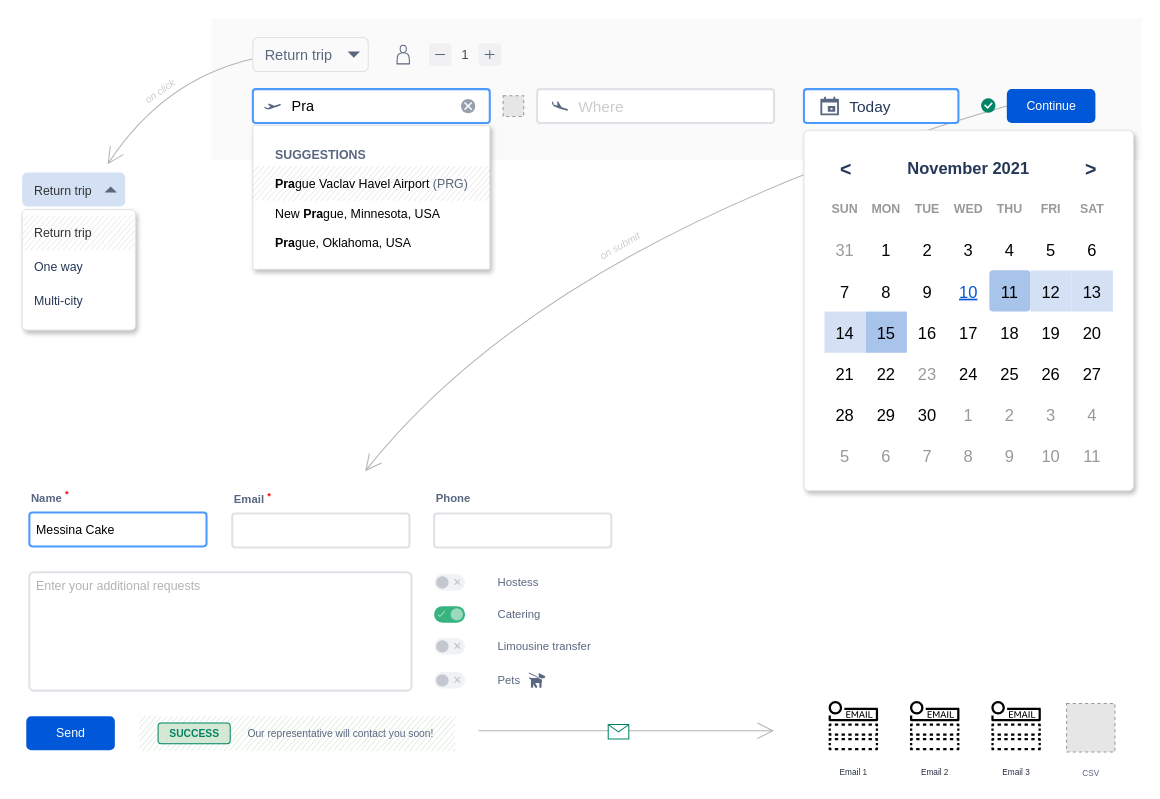
This is page "Form" (1 of 3) of skywayjet.drawio from notitguy/diagrams, a draw.io file, before an edit. Source tidied: cells renumbered, new cells numbered last; positions are measured from the earlier drawing's top-left corner, leaving out a move shared by most shapes. Both pictures are drawn from the tidied source at 103%, with x=0, y=0 at pixel (22, 18). Pictures stored in the file or linked from it are replaced by grey dashed boxes.
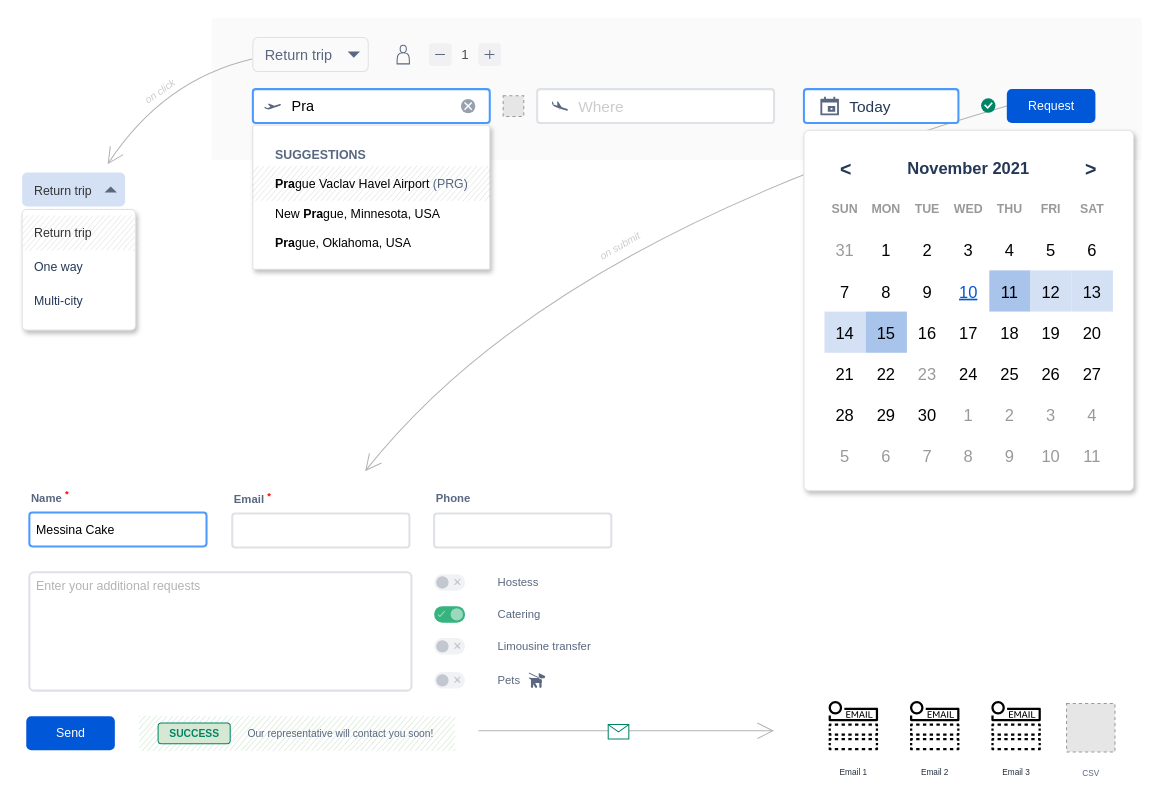
After the change.

The change refers to these unchanged cells:
```xml
<mxCell id="30" style="shape=mxgraph.mockup.forms.rrect;rSize=5;strokeColor=#DFE1E5;fillColor=#ffffff;shadow=1;hachureGap=4;labelBackgroundColor=none;sketch=0;fontFamily=Helvetica;fontSize=15;fontColor=none;html=0;" parent="1" vertex="1">
  <mxGeometry x="759" y="109" width="320" height="350" as="geometry" />
</mxCell>
```

Diff of the diagram source:
```diff
@@
-    <mxCell id="25" value="Continue" style="rounded=1;fillColor=#0057D8;align=center;strokeColor=none;html=1;fontColor=#ffffff;fontSize=12;sketch=0;hachureGap=4;shadow=0;labelBackgroundColor=none;fontFamily=Helvetica;" parent="1" vertex="1">
+    <mxCell id="25" value="Request" style="rounded=1;fillColor=#0057D8;align=center;strokeColor=none;html=1;fontColor=#ffffff;fontSize=12;sketch=0;hachureGap=4;shadow=0;labelBackgroundColor=none;fontFamily=Helvetica;" parent="1" vertex="1">
       <mxGeometry x="956" y="69" width="86" height="33" as="geometry" />
     </mxCell>
@@
-    <mxCell id="52" value="11" style="strokeColor=none;fillColor=#A9C4EB;fontColor=#000000;fontSize=16;rounded=1;arcSize=10;glass=0;shadow=0;" parent="30" vertex="1">
+    <mxCell id="52" value="11" style="strokeColor=none;fillColor=#A9C4EB;fontColor=#000000;fontSize=16;rounded=0;arcSize=10;glass=0;shadow=0;" parent="30" vertex="1">
       <mxGeometry x="180" y="136" width="40" height="40" as="geometry" />
     </mxCell>
```
